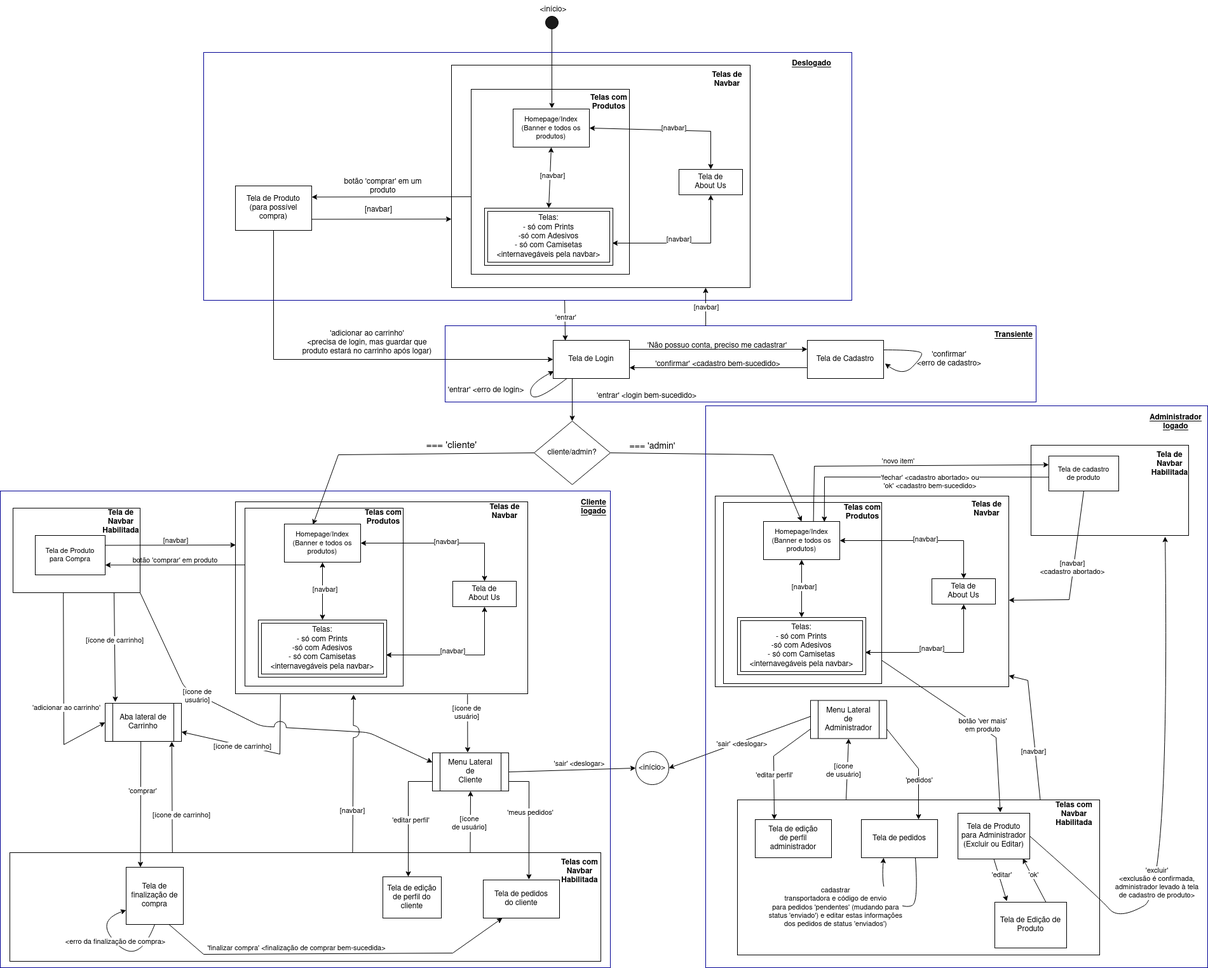
rinderomna/artshop keeps this draw.io diagram as images&diagrams/DiagramaDeNavegacao_Jaguar.png. Above is the earlier version. Source tidied: cells renumbered, new cells last; positions are measured from the earlier drawing's top-left corner, leaving out a move shared by most shapes.
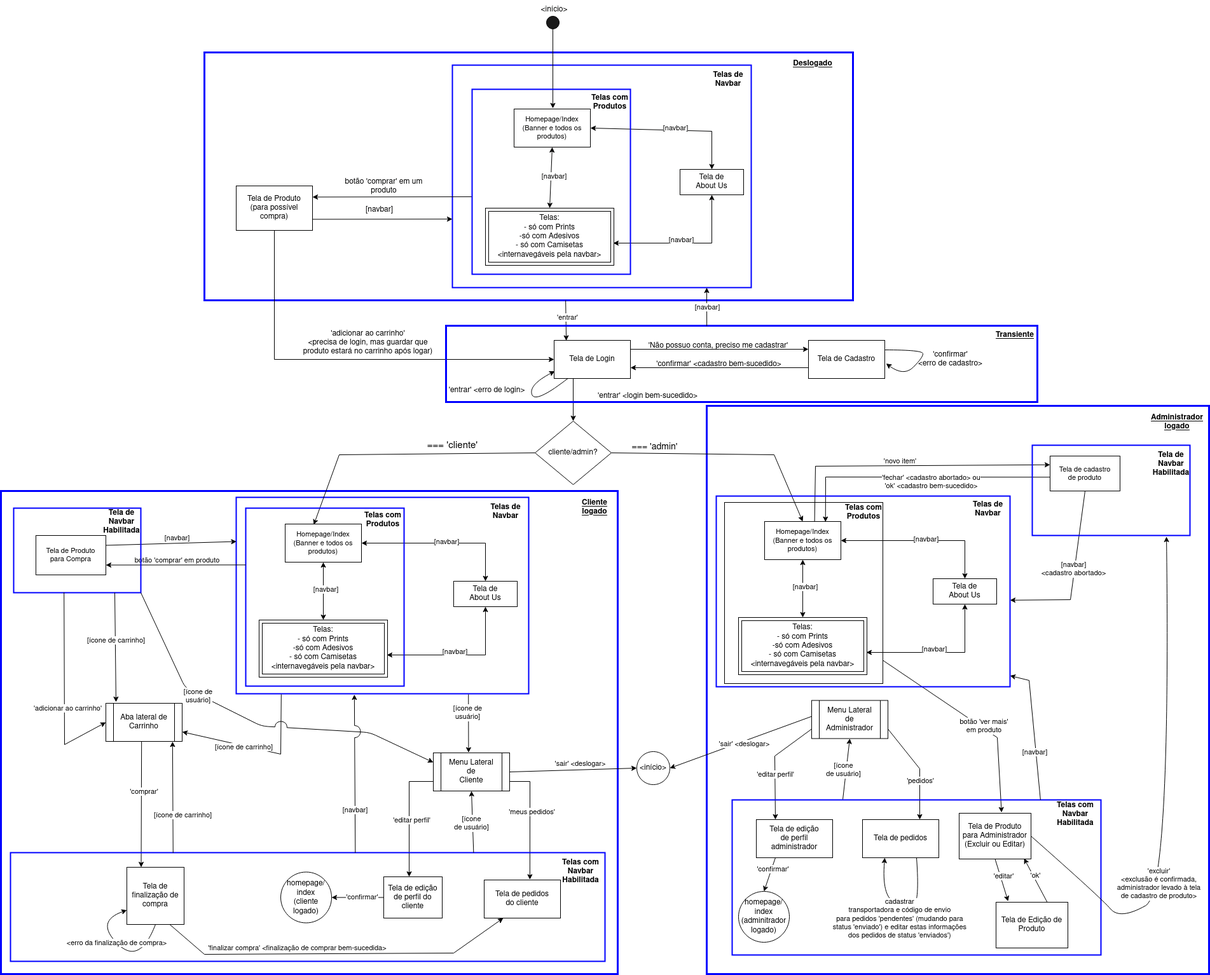
After the commit.

Commit message:
atualizando diagrama

Diff of the diagram source:
```diff
@@ -2,6 +2,18 @@
   <root>
     <mxCell id="0" />
     <mxCell id="1" parent="0" />
+    <mxCell id="146" style="rounded=0;whiteSpace=wrap;html=1;fontFamily=Helvetica;fontSize=11;fontColor=default;fillColor=none;strokeColor=#0000FF;strokeWidth=3;" parent="1" vertex="1">
+      <mxGeometry y="772" width="970" height="760" as="geometry" />
+    </mxCell>
+    <mxCell id="111" style="rounded=0;whiteSpace=wrap;html=1;fillColor=none;strokeWidth=2;strokeColor=#0000FF;" parent="1" vertex="1">
+      <mxGeometry x="710" y="102" width="470" height="350" as="geometry" />
+    </mxCell>
+    <mxCell id="126" style="rounded=0;whiteSpace=wrap;html=1;fillColor=none;strokeColor=#0000FF;strokeWidth=3;" parent="1" vertex="1">
+      <mxGeometry x="320" y="82" width="1020" height="390" as="geometry" />
+    </mxCell>
+    <mxCell id="98" style="rounded=0;whiteSpace=wrap;html=1;fillColor=none;strokeColor=#0000FF;strokeWidth=3;" parent="1" vertex="1">
+      <mxGeometry x="1110" y="638" width="790" height="894" as="geometry" />
+    </mxCell>
     <mxCell id="2" value="&lt;div&gt;&lt;b&gt;Telas de&lt;/b&gt;&lt;/div&gt;&lt;div&gt;&lt;b&gt;Navbar&lt;br&gt;&lt;/b&gt;&lt;/div&gt;" style="text;html=1;strokeColor=none;fillColor=none;align=center;verticalAlign=middle;whiteSpace=wrap;rounded=0;" parent="1" vertex="1">
       <mxGeometry x="1114" y="110" width="60" height="30" as="geometry" />
     </mxCell>
@@ -19,8 +31,8 @@
         <mxPoint y="11" as="offset" />
       </mxGeometry>
     </mxCell>
-    <mxCell id="7" style="rounded=0;whiteSpace=wrap;html=1;fillColor=none;" parent="1" vertex="1">
-      <mxGeometry x="370" y="789" width="460" height="302" as="geometry" />
+    <mxCell id="7" style="rounded=0;whiteSpace=wrap;html=1;fillColor=none;strokeColor=#0000FF;strokeWidth=2;" parent="1" vertex="1">
+      <mxGeometry x="370" y="782" width="460" height="309" as="geometry" />
     </mxCell>
     <mxCell id="8" value="&lt;div&gt;&lt;b&gt;Telas de&lt;/b&gt;&lt;/div&gt;&lt;div&gt;&lt;b&gt;Navbar&lt;br&gt;&lt;/b&gt;&lt;/div&gt;" style="text;html=1;strokeColor=none;fillColor=none;align=center;verticalAlign=middle;whiteSpace=wrap;rounded=0;" parent="1" vertex="1">
       <mxGeometry x="764" y="790" width="60" height="30" as="geometry" />
@@ -219,8 +231,8 @@
         <mxPoint x="-7" y="1" as="offset" />
       </mxGeometry>
     </mxCell>
-    <mxCell id="53" style="rounded=0;whiteSpace=wrap;html=1;fontFamily=Helvetica;fontSize=11;fontColor=default;fillColor=none;" parent="1" vertex="1">
-      <mxGeometry x="15" y="1341" width="930" height="171" as="geometry" />
+    <mxCell id="53" style="rounded=0;whiteSpace=wrap;html=1;fontFamily=Helvetica;fontSize=11;fontColor=default;fillColor=none;strokeWidth=2;strokeColor=#0000FF;" parent="1" vertex="1">
+      <mxGeometry x="15" y="1341" width="935" height="171" as="geometry" />
     </mxCell>
     <mxCell id="54" style="endArrow=classic;html=1;rounded=0;entryX=0.5;entryY=1;entryDx=0;entryDy=0;exitX=0.779;exitY=0.001;exitDx=0;exitDy=0;exitPerimeter=0;" parent="1" edge="1" source="53" target="38">
       <mxGeometry relative="1" as="geometry" />
@@ -337,8 +349,8 @@
         <mxPoint x="-5" y="11" as="offset" />
       </mxGeometry>
     </mxCell>
-    <mxCell id="79" style="rounded=0;whiteSpace=wrap;html=1;fontFamily=Helvetica;fontSize=11;fontColor=default;fillColor=none;" parent="1" vertex="1">
-      <mxGeometry x="1160" y="1258" width="570" height="244" as="geometry" />
+    <mxCell id="79" style="rounded=0;whiteSpace=wrap;html=1;fontFamily=Helvetica;fontSize=11;fontColor=default;fillColor=none;strokeWidth=2;strokeColor=#0000FF;" parent="1" vertex="1">
+      <mxGeometry x="1150" y="1258" width="580" height="244" as="geometry" />
     </mxCell>
     <mxCell id="80" value="&lt;div&gt;&lt;b&gt;Telas com&lt;/b&gt;&lt;/div&gt;&lt;div&gt;&lt;b&gt;Navbar&lt;br&gt;Habilitada&lt;br&gt;&lt;/b&gt;&lt;/div&gt;" style="text;html=1;strokeColor=none;fillColor=none;align=center;verticalAlign=middle;whiteSpace=wrap;rounded=0;" parent="1" vertex="1">
       <mxGeometry x="1660" y="1266" width="60" height="30" as="geometry" />
@@ -380,7 +392,7 @@
     </mxCell>
     <mxCell id="86" value="&lt;div align=&quot;center&quot;&gt;cadastrar&lt;br&gt;&lt;/div&gt;&lt;div align=&quot;center&quot;&gt;transportadora e código de envio&lt;/div&gt;&lt;div align=&quot;center&quot;&gt;para pedidos 'pendentes' (mudando para&lt;br&gt;status 'enviado') e editar estas informações&lt;/div&gt;&lt;div align=&quot;center&quot;&gt;dos pedidos de status 'enviados')&lt;br&gt;&lt;/div&gt;" style="edgeLabel;html=1;align=right;verticalAlign=middle;" parent="85" vertex="1">
       <mxGeometry x="0.08" y="-3" relative="1" as="geometry">
-        <mxPoint x="7" y="7" as="offset" />
+        <mxPoint x="104" y="24" as="offset" />
       </mxGeometry>
     </mxCell>
     <mxCell id="87" value="&lt;div&gt;Telas:&lt;/div&gt;&lt;div&gt;- só com Prints&lt;/div&gt;&lt;div&gt;-só com Adesivos&lt;/div&gt;&lt;div&gt;- só com Camisetas&lt;/div&gt;&amp;lt;internavegáveis pela navbar&amp;gt;" style="shape=ext;margin=3;double=1;whiteSpace=wrap;html=1;align=center;" parent="1" vertex="1">
@@ -413,11 +425,11 @@
         <mxPoint x="38" y="1" as="offset" />
       </mxGeometry>
     </mxCell>
-    <mxCell id="93" style="rounded=0;whiteSpace=wrap;html=1;fontFamily=Helvetica;fontSize=11;fontColor=default;fillColor=none;" parent="1" vertex="1">
+    <mxCell id="93" style="rounded=0;whiteSpace=wrap;html=1;fontFamily=Helvetica;fontSize=11;fontColor=default;fillColor=none;strokeWidth=2;strokeColor=#0000FF;" parent="1" vertex="1">
       <mxGeometry x="385" y="799" width="249" height="280" as="geometry" />
     </mxCell>
     <mxCell id="94" value="&lt;b&gt;Telas com&lt;br&gt;Produtos&lt;br&gt;&lt;/b&gt;" style="text;html=1;strokeColor=none;fillColor=none;align=center;verticalAlign=middle;whiteSpace=wrap;rounded=0;" parent="1" vertex="1">
-      <mxGeometry x="573" y="799" width="60" height="30" as="geometry" />
+      <mxGeometry x="571" y="803" width="60" height="30" as="geometry" />
     </mxCell>
     <mxCell id="95" value="&lt;div&gt;Homepage/Index&lt;br&gt;(Banner e todos os produtos)&lt;br&gt;&lt;/div&gt;" style="rounded=0;whiteSpace=wrap;html=1;fontFamily=Helvetica;fontSize=11;fontColor=default;fillColor=none;" parent="1" vertex="1">
       <mxGeometry x="1201" y="820" width="120" height="60" as="geometry" />
@@ -430,9 +442,6 @@
         <mxPoint y="11" as="offset" />
       </mxGeometry>
     </mxCell>
-    <mxCell id="98" style="rounded=0;whiteSpace=wrap;html=1;fillColor=none;strokeColor=#000094;" parent="1" vertex="1">
-      <mxGeometry x="1110" y="638" width="790" height="884" as="geometry" />
-    </mxCell>
     <mxCell id="99" value="&lt;u&gt;&lt;b&gt;Administrador&lt;br&gt;logado&lt;br&gt;&lt;/b&gt;&lt;/u&gt;" style="text;html=1;strokeColor=none;fillColor=none;align=center;verticalAlign=middle;whiteSpace=wrap;rounded=0;" parent="1" vertex="1">
       <mxGeometry x="1820" y="657" width="60" height="13" as="geometry" />
     </mxCell>
@@ -483,9 +492,6 @@
         <mxPoint y="11" as="offset" />
       </mxGeometry>
     </mxCell>
-    <mxCell id="111" style="rounded=0;whiteSpace=wrap;html=1;fillColor=none;" parent="1" vertex="1">
-      <mxGeometry x="710" y="102" width="470" height="350" as="geometry" />
-    </mxCell>
     <mxCell id="112" value="&lt;div&gt;Telas:&lt;/div&gt;&lt;div&gt;- só com Prints&lt;/div&gt;&lt;div&gt;-só com Adesivos&lt;/div&gt;&lt;div&gt;- só com Camisetas&lt;/div&gt;&amp;lt;internavegáveis pela navbar&amp;gt;" style="shape=ext;margin=3;double=1;whiteSpace=wrap;html=1;align=center;" parent="1" vertex="1">
       <mxGeometry x="762" y="327" width="202" height="90" as="geometry" />
     </mxCell>
@@ -516,13 +522,13 @@
         <mxPoint x="38" y="1" as="offset" />
       </mxGeometry>
     </mxCell>
-    <mxCell id="118" style="rounded=0;whiteSpace=wrap;html=1;fontFamily=Helvetica;fontSize=11;fontColor=default;fillColor=none;" parent="1" vertex="1">
+    <mxCell id="118" style="rounded=0;whiteSpace=wrap;html=1;fontFamily=Helvetica;fontSize=11;fontColor=default;fillColor=none;strokeColor=#0000FF;strokeWidth=2;" parent="1" vertex="1">
       <mxGeometry x="741" y="140" width="249" height="291" as="geometry" />
     </mxCell>
     <mxCell id="119" value="&lt;b&gt;Telas com&lt;br&gt;Produtos&lt;br&gt;&lt;/b&gt;" style="text;html=1;strokeColor=none;fillColor=none;align=center;verticalAlign=middle;whiteSpace=wrap;rounded=0;" parent="1" vertex="1">
       <mxGeometry x="928" y="146" width="60" height="30" as="geometry" />
     </mxCell>
-    <mxCell id="120" style="rounded=0;whiteSpace=wrap;html=1;fontFamily=Helvetica;fontSize=11;fontColor=default;fillColor=none;" parent="1" vertex="1">
+    <mxCell id="120" style="rounded=0;whiteSpace=wrap;html=1;fontFamily=Helvetica;fontSize=11;fontColor=default;fillColor=none;strokeWidth=2;strokeColor=#0000FF;" parent="1" vertex="1">
       <mxGeometry x="1125" y="780" width="462" height="300" as="geometry" />
     </mxCell>
     <mxCell id="121" value="&lt;b&gt;Telas de&lt;br&gt;Navbar&lt;br&gt;&lt;/b&gt;" style="text;html=1;align=center;verticalAlign=middle;strokeColor=none;fillColor=none;" parent="1" vertex="1">
@@ -544,9 +550,6 @@
         <mxPoint x="11" y="-6" as="offset" />
       </mxGeometry>
     </mxCell>
-    <mxCell id="126" style="rounded=0;whiteSpace=wrap;html=1;fillColor=none;strokeColor=#000094;" parent="1" vertex="1">
-      <mxGeometry x="320" y="82" width="1020" height="390" as="geometry" />
-    </mxCell>
     <mxCell id="127" value="&lt;u&gt;&lt;b&gt;Deslogado&lt;/b&gt;&lt;/u&gt;" style="text;html=1;strokeColor=none;fillColor=none;align=center;verticalAlign=middle;whiteSpace=wrap;rounded=0;" parent="1" vertex="1">
       <mxGeometry x="1247" y="85" width="60" height="30" as="geometry" />
     </mxCell>
@@ -556,7 +559,7 @@
     <mxCell id="129" value="'entrar'" style="edgeLabel;html=1;align=center;verticalAlign=middle;" parent="128" vertex="1">
       <mxGeometry x="-0.16" y="1" relative="1" as="geometry" />
     </mxCell>
-    <mxCell id="130" style="rounded=0;whiteSpace=wrap;html=1;fontFamily=Helvetica;fontSize=11;fontColor=default;fillColor=none;strokeColor=#000094;" parent="1" vertex="1">
+    <mxCell id="130" style="rounded=0;whiteSpace=wrap;html=1;fontFamily=Helvetica;fontSize=11;fontColor=default;fillColor=none;strokeColor=#0000FF;strokeWidth=3;" parent="1" vertex="1">
       <mxGeometry x="700" y="512" width="930" height="120" as="geometry" />
     </mxCell>
     <mxCell id="131" value="&lt;u&gt;&lt;b&gt;Transiente&lt;/b&gt;&lt;/u&gt;" style="text;html=1;strokeColor=none;fillColor=none;align=center;verticalAlign=middle;whiteSpace=wrap;rounded=0;" parent="1" vertex="1">
@@ -568,13 +571,13 @@
     <mxCell id="133" value="&amp;lt;início&amp;gt;" style="ellipse;whiteSpace=wrap;html=1;" parent="1" vertex="1">
       <mxGeometry x="1000" y="1182" width="52" height="52" as="geometry" />
     </mxCell>
-    <mxCell id="134" style="rounded=0;whiteSpace=wrap;html=1;fontFamily=Helvetica;fontSize=11;fontColor=default;fillColor=none;" parent="1" vertex="1">
+    <mxCell id="134" style="rounded=0;whiteSpace=wrap;html=1;fontFamily=Helvetica;fontSize=11;fontColor=default;fillColor=none;strokeWidth=2;strokeColor=#0000FF;" parent="1" vertex="1">
       <mxGeometry x="1622" y="700" width="248" height="142" as="geometry" />
     </mxCell>
     <mxCell id="135" value="&lt;div&gt;&lt;b&gt;Tela de&lt;/b&gt;&lt;/div&gt;&lt;div&gt;&lt;b&gt;Navbar&lt;br&gt;Habilitada&lt;br&gt;&lt;/b&gt;&lt;/div&gt;" style="text;html=1;align=center;verticalAlign=middle;strokeColor=none;fillColor=none;" parent="1" vertex="1">
       <mxGeometry x="1800" y="700" width="80" height="60" as="geometry" />
     </mxCell>
-    <mxCell id="136" style="rounded=0;whiteSpace=wrap;html=1;fontFamily=Helvetica;fontSize=11;fontColor=default;fillColor=none;" parent="1" vertex="1">
+    <mxCell id="136" style="rounded=0;whiteSpace=wrap;html=1;fontFamily=Helvetica;fontSize=11;fontColor=default;fillColor=none;strokeWidth=2;strokeColor=#0000FF;" parent="1" vertex="1">
       <mxGeometry x="20" y="799" width="200" height="133" as="geometry" />
     </mxCell>
     <mxCell id="137" value="&lt;div&gt;&lt;b&gt;Tela de &lt;br&gt;&lt;/b&gt;&lt;/div&gt;&lt;div&gt;&lt;b&gt;Navbar&lt;br&gt;Habilitada&lt;br&gt;&lt;/b&gt;&lt;/div&gt;" style="text;html=1;strokeColor=none;fillColor=none;align=center;verticalAlign=middle;whiteSpace=wrap;rounded=0;" parent="1" vertex="1">
@@ -622,9 +625,6 @@
         <mxPoint x="12" y="-20" as="offset" />
       </mxGeometry>
     </mxCell>
-    <mxCell id="146" style="rounded=0;whiteSpace=wrap;html=1;fontFamily=Helvetica;fontSize=11;fontColor=default;fillColor=none;strokeColor=#000094;" parent="1" vertex="1">
-      <mxGeometry y="772" width="960" height="750" as="geometry" />
-    </mxCell>
     <mxCell id="147" style="curved=1;endArrow=classic;html=1;rounded=0;exitX=1;exitY=0.5;exitDx=0;exitDy=0;entryX=0.851;entryY=1.013;entryDx=0;entryDy=0;entryPerimeter=0;" parent="1" edge="1" source="60" target="134">
       <mxGeometry relative="1" as="geometry">
         <Array as="points">
@@ -693,5 +693,28 @@
     <mxCell id="162" value="&amp;nbsp;" style="text;whiteSpace=wrap;html=1;" parent="1" vertex="1">
       <mxGeometry x="300" y="702" width="40" height="40" as="geometry" />
     </mxCell>
+    <mxCell id="163" value="&amp;nbsp;" style="text;whiteSpace=wrap;html=1;" parent="1" vertex="1">
+      <mxGeometry x="470" y="1242" width="40" height="40" as="geometry" />
+    </mxCell>
+    <mxCell id="164" value="&lt;div&gt;homepage/&lt;/div&gt;&lt;div&gt;index&lt;/div&gt;&lt;div&gt;(cliente logado)&lt;br&gt;&lt;/div&gt;" style="ellipse;whiteSpace=wrap;html=1;" parent="1" vertex="1">
+      <mxGeometry x="440" y="1371.5" width="80" height="80" as="geometry" />
+    </mxCell>
+    <mxCell id="165" style="endArrow=classic;html=1;rounded=0;entryX=1;entryY=0.5;entryDx=0;entryDy=0;exitX=0;exitY=0.5;exitDx=0;exitDy=0;" parent="1" edge="1" source="36" target="164">
+      <mxGeometry relative="1" as="geometry" />
+    </mxCell>
+    <mxCell id="166" value="'confirmar'" style="edgeLabel;html=1;align=center;verticalAlign=middle;" parent="165" vertex="1">
+      <mxGeometry x="-0.38" relative="1" as="geometry">
+        <mxPoint x="-9" y="-2" as="offset" />
+      </mxGeometry>
+    </mxCell>
+    <mxCell id="167" value="&lt;div&gt;homepage/&lt;/div&gt;&lt;div&gt;index&lt;/div&gt;&lt;div&gt;(adminitrador logado)&lt;br&gt;&lt;/div&gt;" style="ellipse;whiteSpace=wrap;html=1;" parent="1" vertex="1">
+      <mxGeometry x="1160" y="1402" width="80" height="80" as="geometry" />
+    </mxCell>
+    <mxCell id="168" style="endArrow=classic;html=1;rounded=0;entryX=0.5;entryY=0;entryDx=0;entryDy=0;exitX=0.25;exitY=1;exitDx=0;exitDy=0;" parent="1" edge="1" source="71" target="167">
+      <mxGeometry relative="1" as="geometry" />
+    </mxCell>
+    <mxCell id="169" value="'confirmar'" style="edgeLabel;html=1;align=center;verticalAlign=middle;" parent="168" vertex="1">
+      <mxGeometry x="-0.35" y="1" relative="1" as="geometry" />
+    </mxCell>
   </root>
 </mxGraphModel>
```
